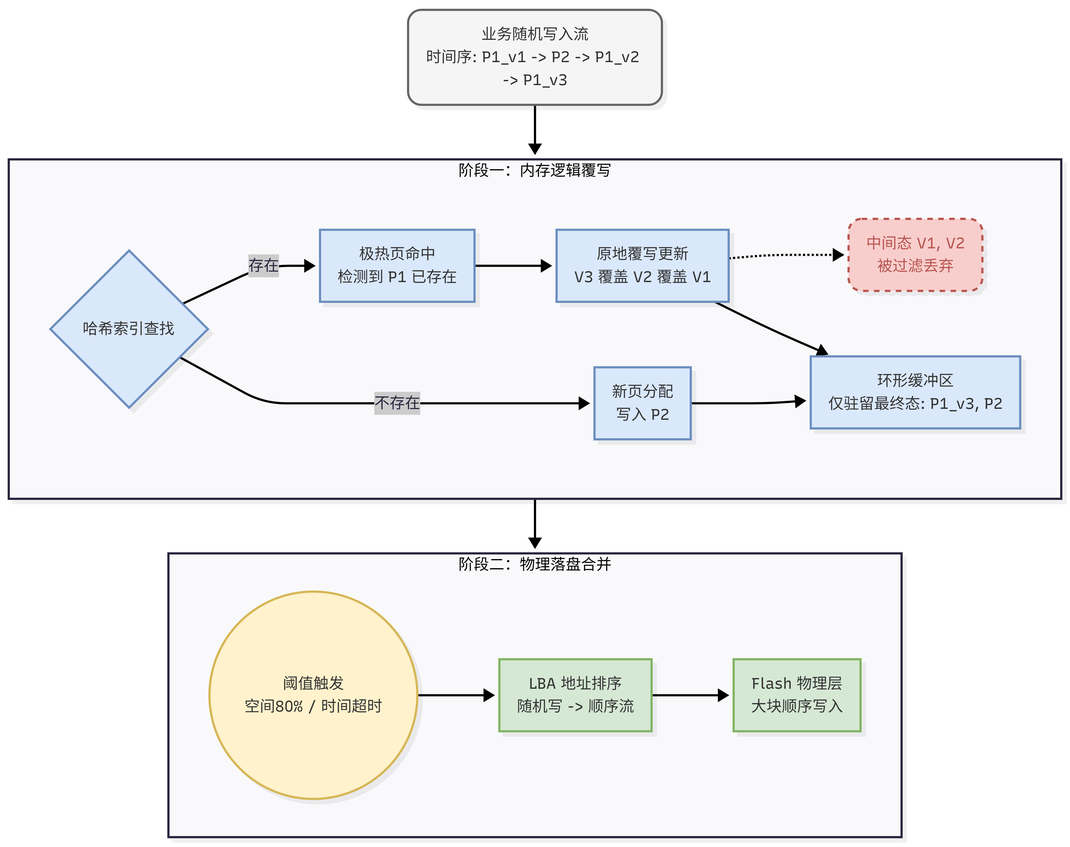
Above: figures/ring.png in Soul-of-Sky/lunwen (Mermaid), before the change. Its source is kept beside it as figures/ring.mmd.
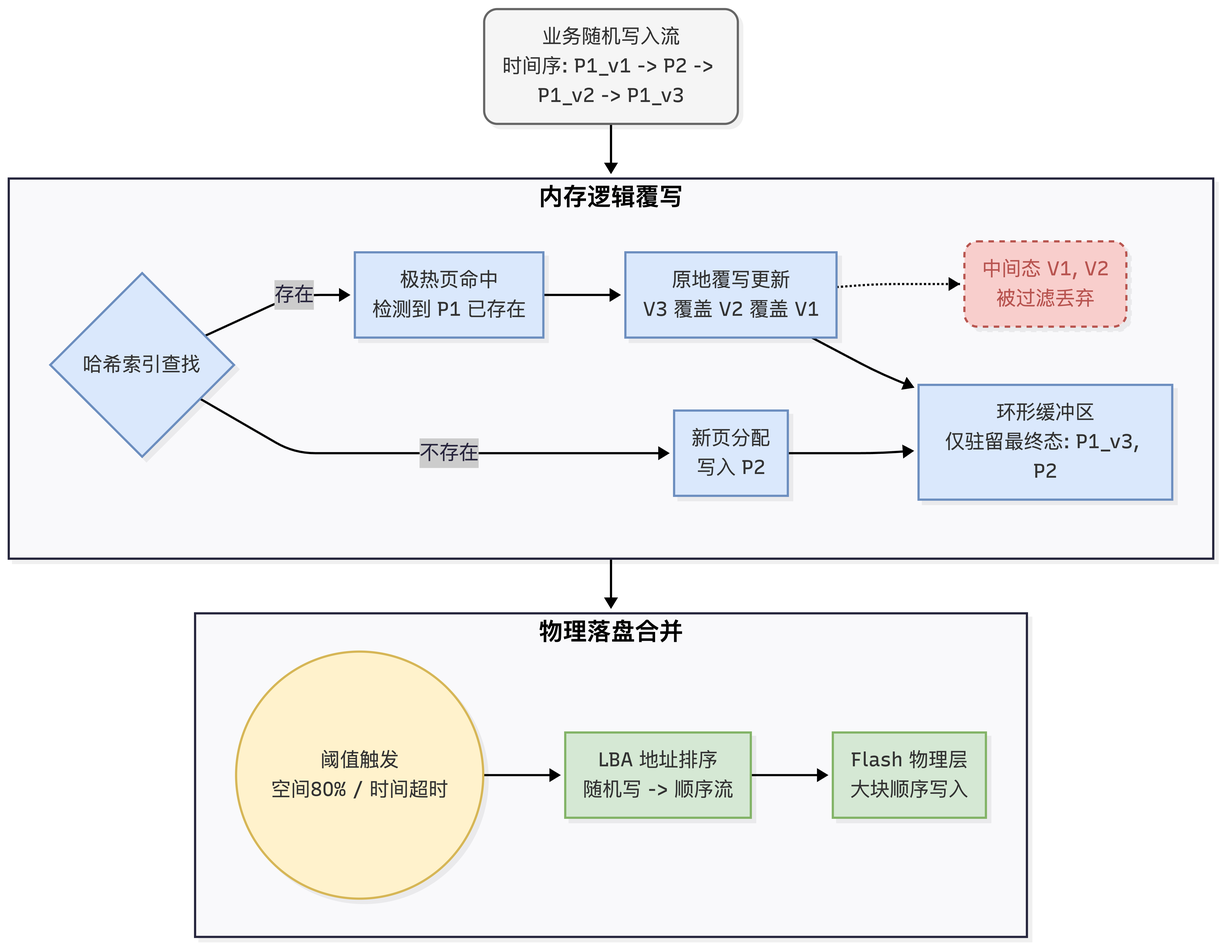
The same diagram one commit later.

The edit, as a diff of the source:
```diff
@@ -3,45 +3,39 @@
   layout: dagre
 ---
 flowchart TB
- subgraph LogicalMerge["阶段一：内存逻辑覆写"]
+    classDef process fill:#f5f5f5,stroke:#666,stroke-width:2px,color:#333,font-size:18px;
+    classDef memory fill:#dae8fc,stroke:#6c8ebf,stroke-width:2px,color:#333,font-size:18px;
+    classDef flash fill:#d5e8d4,stroke:#82b366,stroke-width:2px,color:#333,font-size:18px;
+    classDef discard fill:#f8cecc,stroke:#b85450,stroke-width:2px,stroke-dasharray: 5 5,color:#b85450,font-size:18px;
+    classDef trigger fill:#fff2cc,stroke:#d6b656,stroke-width:2px,color:#333,font-size:18px;
+
+ subgraph LogicalMerge ["<div style='margin-bottom:25px; font-size:22px; font-weight:bold;'>内存逻辑覆写</div>"]
     direction LR
-        Index{"哈希索引查找"}
-        Hit["极热页命中<br>检测到 P1 已存在"]
-        Overwrite["原地覆写更新<br>V3 覆盖 V2 覆盖 V1"]
-        Discard("中间态 V1, V2<br>被过滤丢弃")
-        Miss["新页分配<br>写入 P2"]
-        Buffer["环形缓冲区<br>仅驻留最终态: P1_v3, P2"]
+        Index{"哈希索引查找"}:::memory
+        Hit["极热页命中<br>检测到 P1 已存在"]:::memory
+        Overwrite["原地覆写更新<br>V3 覆盖 V2 覆盖 V1"]:::memory
+        Discard("中间态 V1, V2<br>被过滤丢弃"):::discard
+        Miss["新页分配<br>写入 P2"]:::memory
+        Buffer["环形缓冲区<br>仅驻留最终态: P1_v3, P2"]:::memory
   end
- subgraph PhysicalMerge["阶段二：物理落盘合并"]
+
+ subgraph PhysicalMerge ["<div style='margin-bottom:25px; font-size:22px; font-weight:bold;'>物理落盘合并</div>"]
     direction LR
-        Trigger(("阈值触发<br>空间80% / 时间超时"))
-        Sort["LBA 地址排序<br>随机写 -&gt; 顺序流"]
-        BatchWrite["Flash 物理层<br>大块顺序写入"]
+        Trigger(("阈值触发<br>空间80% / 时间超时")):::trigger
+        Sort["LBA 地址排序<br>随机写 -> 顺序流"]:::flash
+        BatchWrite["Flash 物理层<br>大块顺序写入"]:::flash
   end
-    Index -- 存在 --> Hit
+
+    Index -- "<span style='font-size:18px;'>存在</span>" --> Hit
     Hit --> Overwrite
     Overwrite -.-> Discard
     Overwrite --> Buffer
-    Index -- 不存在 --> Miss
+    Index -- "<span style='font-size:18px;'>不存在</span>" --> Miss
     Miss --> Buffer
     Trigger --> Sort
     Sort --> BatchWrite
-    Input("业务随机写入流<br>时间序: P1_v1 -&gt; P2 -&gt; P1_v2 -&gt; P1_v3") --> LogicalMerge
+
+    Input("业务随机写入流<br>时间序: P1_v1 -> P2 -> P1_v2 -> P1_v3"):::process --> LogicalMerge
     LogicalMerge --> PhysicalMerge
 
-     Index:::memory
-     Hit:::memory
-     Overwrite:::memory
-     Discard:::discard
-     Miss:::memory
-     Buffer:::memory
-     Trigger:::trigger
-     Sort:::flash
-     BatchWrite:::flash
-     Input:::process
-    classDef process fill:#f5f5f5,stroke:#666,stroke-width:2px,color:#333
-    classDef memory fill:#dae8fc,stroke:#6c8ebf,stroke-width:2px,color:#333
-    classDef flash fill:#d5e8d4,stroke:#82b366,stroke-width:2px,color:#333
-    classDef discard fill:#f8cecc,stroke:#b85450,stroke-width:2px,stroke-dasharray: 5 5,color:#b85450
-    classDef trigger fill:#fff2cc,stroke:#d6b656,stroke-width:2px,color:#333
     style Discard stroke-width:2px
```
